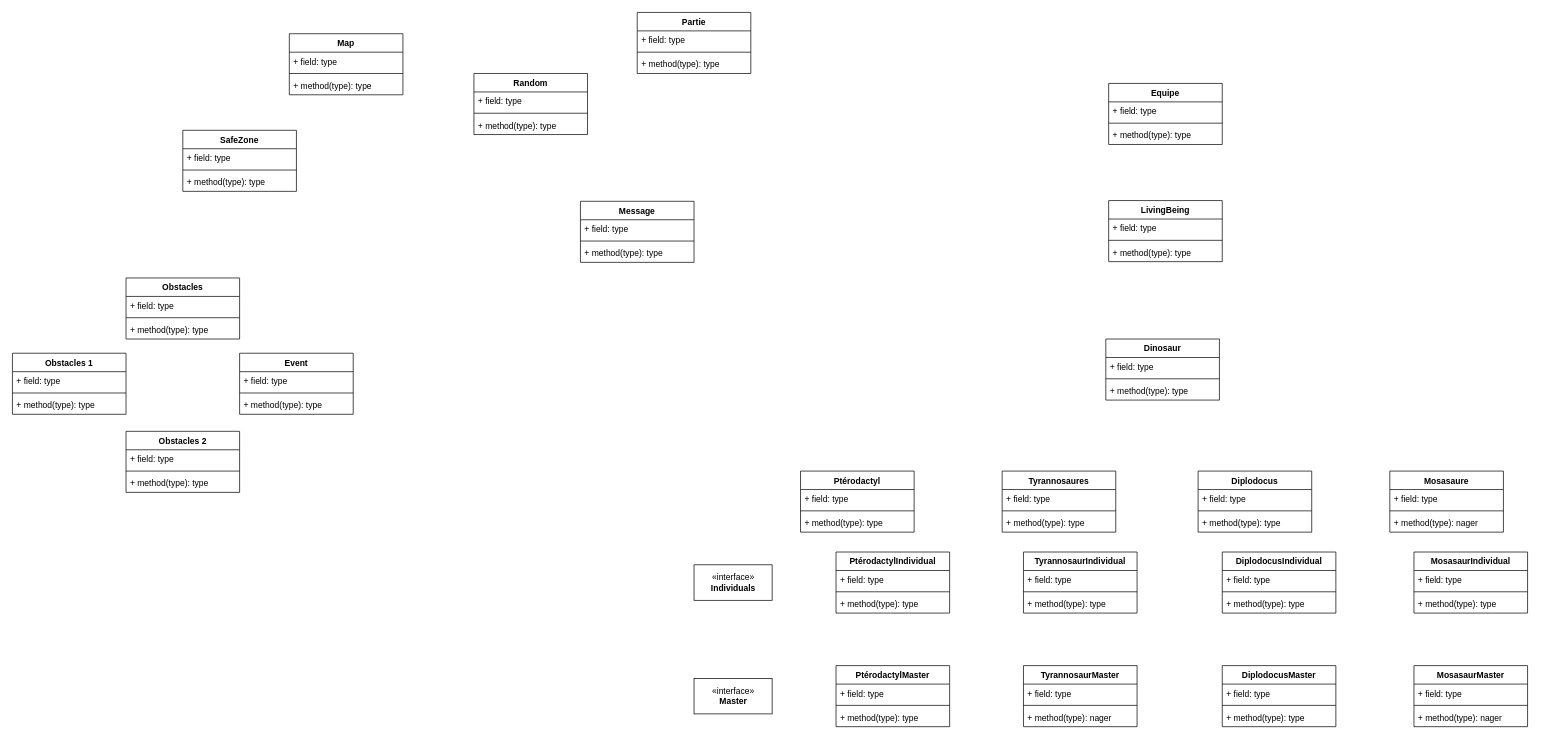
This is Structure/UML-Diagram.drawio from 0xtter/Jurassic-Fight, a draw.io file, before an edit. Source tidied: cells renumbered, new cells numbered last; positions are measured from the earlier drawing's top-left corner, leaving out a move shared by most shapes. Both pictures are drawn from the tidied source at 71%, with x=0, y=0 at pixel (12, 12).
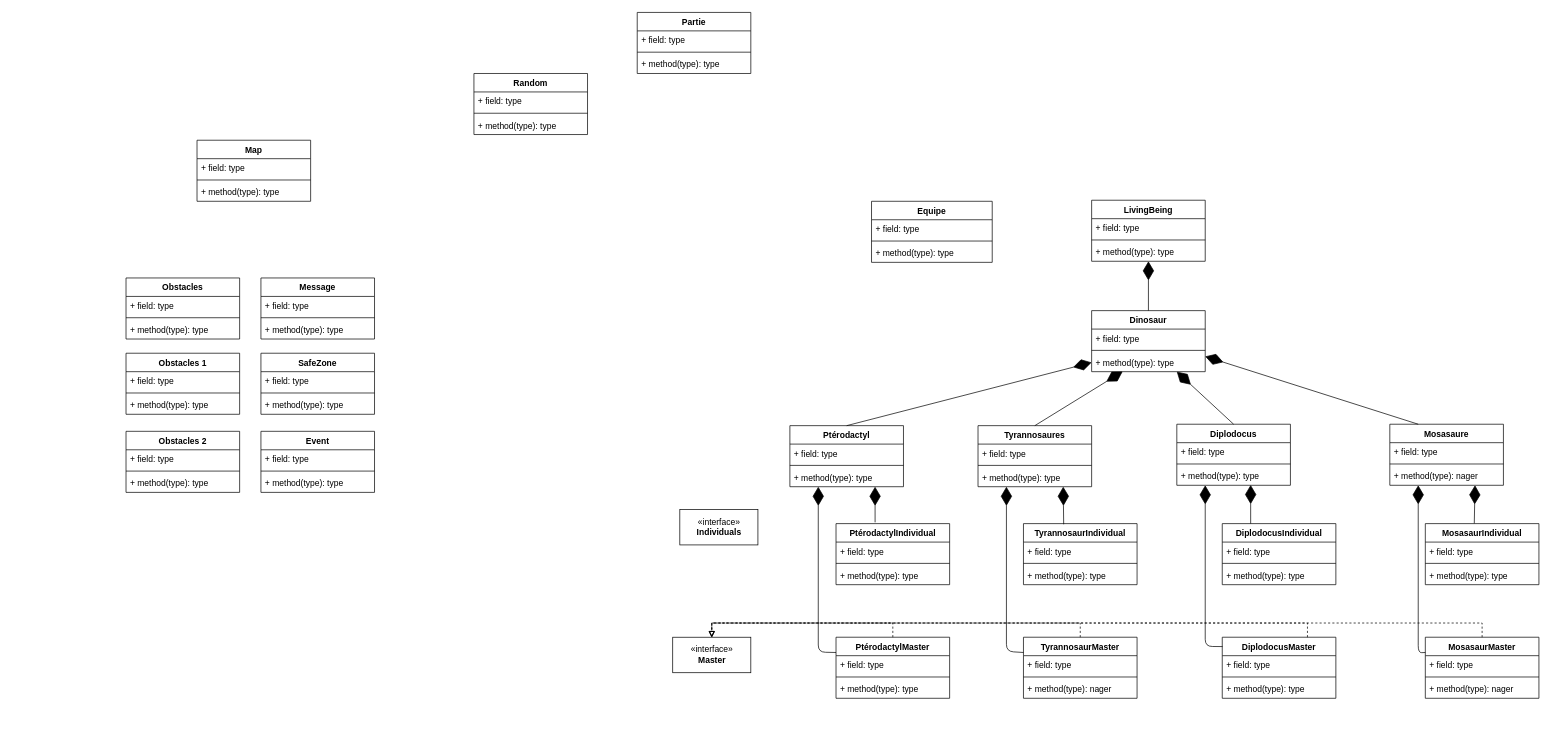
The same page after the edit.

The change refers to these unchanged cells:
```xml
<mxCell id="9" value="+ method(type): type" style="text;strokeColor=none;fillColor=none;align=left;verticalAlign=top;spacingLeft=4;spacingRight=4;overflow=hidden;points=[[0,0.5],[1,0.5]];portConstraint=eastwest;" parent="6" vertex="1">
  <mxGeometry y="60" width="160" height="26" as="geometry" />
</mxCell>
<mxCell id="21" value="+ method(type): type" style="text;strokeColor=none;fillColor=none;align=left;verticalAlign=top;spacingLeft=4;spacingRight=4;overflow=hidden;points=[[0,0.5],[1,0.5]];portConstraint=eastwest;" parent="18" vertex="1">
  <mxGeometry y="60" width="160" height="26" as="geometry" />
</mxCell>
```

Diff of the diagram source:
```diff
@@
     <mxCell id="2" value="LivingBeing" style="swimlane;fontStyle=1;align=center;verticalAlign=top;horizontal=1;startSize=26;" parent="1" vertex="1">
-      <mxGeometry x="1544" y="265" width="160" height="86" as="geometry" />
+      <mxGeometry x="1520" y="264.5" width="160" height="86" as="geometry" />
     </mxCell>
@@
     <mxCell id="6" value="Dinosaur" style="swimlane;fontStyle=1;align=center;verticalAlign=top;horizontal=1;startSize=26;" parent="1" vertex="1">
-      <mxGeometry x="1540" y="460" width="160" height="86" as="geometry" />
+      <mxGeometry x="1520" y="420" width="160" height="86" as="geometry" />
     </mxCell>
@@
     <mxCell id="10" value="Ptérodactyl" style="swimlane;fontStyle=1;align=center;verticalAlign=top;horizontal=1;startSize=26;" parent="1" vertex="1">
-      <mxGeometry x="1110" y="646" width="160" height="86" as="geometry" />
+      <mxGeometry x="1095" y="582" width="160" height="86" as="geometry" />
     </mxCell>
@@
     <mxCell id="14" value="Tyrannosaures" style="swimlane;fontStyle=1;align=center;verticalAlign=top;horizontal=1;startSize=26;" parent="1" vertex="1">
-      <mxGeometry x="1394" y="646" width="160" height="86" as="geometry" />
+      <mxGeometry x="1360" y="582" width="160" height="86" as="geometry" />
     </mxCell>
@@
     <mxCell id="18" value="Diplodocus" style="swimlane;fontStyle=1;align=center;verticalAlign=top;horizontal=1;startSize=26;" parent="1" vertex="1">
-      <mxGeometry x="1670" y="646" width="160" height="86" as="geometry" />
+      <mxGeometry x="1640" y="580" width="160" height="86" as="geometry" />
     </mxCell>
@@
     <mxCell id="22" value="Mosasaure" style="swimlane;fontStyle=1;align=center;verticalAlign=top;horizontal=1;startSize=26;" parent="1" vertex="1">
-      <mxGeometry x="1940" y="646" width="160" height="86" as="geometry" />
+      <mxGeometry x="1940" y="580" width="160" height="86" as="geometry" />
     </mxCell>
@@
     <mxCell id="26" value="Map" style="swimlane;fontStyle=1;align=center;verticalAlign=top;horizontal=1;startSize=26;" parent="1" vertex="1">
-      <mxGeometry x="390" y="30" width="160" height="86" as="geometry" />
+      <mxGeometry x="260" y="180" width="160" height="86" as="geometry" />
     </mxCell>
@@
     <mxCell id="30" value="Equipe" style="swimlane;fontStyle=1;align=center;verticalAlign=top;horizontal=1;startSize=26;" parent="1" vertex="1">
-      <mxGeometry x="1544" y="100" width="160" height="86" as="geometry" />
+      <mxGeometry x="1210" y="266" width="170" height="86" as="geometry" />
     </mxCell>
     <mxCell id="31" value="+ field: type" style="text;strokeColor=none;fillColor=none;align=left;verticalAlign=top;spacingLeft=4;spacingRight=4;overflow=hidden;" parent="30" vertex="1">
-      <mxGeometry y="26" width="160" height="26" as="geometry" />
+      <mxGeometry y="26" width="170" height="26" as="geometry" />
     </mxCell>
     <mxCell id="32" style="line;strokeWidth=1;fillColor=none;align=left;verticalAlign=middle;spacingTop=-1;spacingLeft=3;spacingRight=3;labelPosition=right;" parent="30" vertex="1">
-      <mxGeometry y="52" width="160" height="8" as="geometry" />
+      <mxGeometry y="52" width="170" height="8" as="geometry" />
     </mxCell>
     <mxCell id="33" value="+ method(type): type" style="text;strokeColor=none;fillColor=none;align=left;verticalAlign=top;spacingLeft=4;spacingRight=4;overflow=hidden;" parent="30" vertex="1">
-      <mxGeometry y="60" width="160" height="26" as="geometry" />
+      <mxGeometry y="60" width="170" height="26" as="geometry" />
     </mxCell>
@@
     <mxCell id="46" value="Obstacles 1" style="swimlane;fontStyle=1;align=center;verticalAlign=top;horizontal=1;startSize=26;" parent="1" vertex="1">
-      <mxGeometry y="480" width="160" height="86" as="geometry" />
+      <mxGeometry x="160" y="480" width="160" height="86" as="geometry" />
     </mxCell>
@@
     <mxCell id="54" value="«interface»&lt;br&gt;&lt;b&gt;Individuals&lt;/b&gt;" style="html=1;" parent="1" vertex="1">
-      <mxGeometry x="960" y="778" width="110" height="50" as="geometry" />
+      <mxGeometry x="940" y="700" width="110" height="50" as="geometry" />
     </mxCell>
     <mxCell id="55" value="«interface»&lt;br&gt;&lt;b&gt;Master&lt;/b&gt;" style="html=1;" parent="1" vertex="1">
-      <mxGeometry x="960" y="938" width="110" height="50" as="geometry" />
+      <mxGeometry x="930" y="880" width="110" height="50" as="geometry" />
     </mxCell>
     <mxCell id="56" value="Event&#10;" style="swimlane;fontStyle=1;align=center;verticalAlign=top;horizontal=1;startSize=26;" parent="1" vertex="1">
-      <mxGeometry x="320" y="480" width="160" height="86" as="geometry" />
+      <mxGeometry x="350" y="590" width="160" height="86" as="geometry" />
     </mxCell>
@@
     <mxCell id="60" value="Message" style="swimlane;fontStyle=1;align=center;verticalAlign=top;horizontal=1;startSize=26;" parent="1" vertex="1">
-      <mxGeometry x="800" y="266" width="160" height="86" as="geometry" />
+      <mxGeometry x="350" y="374" width="160" height="86" as="geometry" />
     </mxCell>
@@
     <mxCell id="64" value="PtérodactylIndividual" style="swimlane;fontStyle=1;align=center;verticalAlign=top;horizontal=1;startSize=26;" parent="1" vertex="1">
-      <mxGeometry x="1160" y="760" width="160" height="86" as="geometry" />
+      <mxGeometry x="1160" y="720" width="160" height="86" as="geometry" />
     </mxCell>
@@
     <mxCell id="68" value="PtérodactylMaster" style="swimlane;fontStyle=1;align=center;verticalAlign=top;horizontal=1;startSize=26;" parent="1" vertex="1">
-      <mxGeometry x="1160" y="920" width="160" height="86" as="geometry" />
+      <mxGeometry x="1160" y="880" width="160" height="86" as="geometry" />
     </mxCell>
@@
     <mxCell id="72" value="TyrannosaurIndividual" style="swimlane;fontStyle=1;align=center;verticalAlign=top;horizontal=1;startSize=26;" parent="1" vertex="1">
-      <mxGeometry x="1424" y="760" width="160" height="86" as="geometry" />
+      <mxGeometry x="1424" y="720" width="160" height="86" as="geometry" />
     </mxCell>
@@
     <mxCell id="76" value="TyrannosaurMaster" style="swimlane;fontStyle=1;align=center;verticalAlign=top;horizontal=1;startSize=26;" parent="1" vertex="1">
-      <mxGeometry x="1424" y="920" width="160" height="86" as="geometry" />
+      <mxGeometry x="1424" y="880" width="160" height="86" as="geometry" />
     </mxCell>
@@
     <mxCell id="80" value="SafeZone" style="swimlane;fontStyle=1;align=center;verticalAlign=top;horizontal=1;startSize=26;" parent="1" vertex="1">
-      <mxGeometry x="240" y="166" width="160" height="86" as="geometry" />
+      <mxGeometry x="350" y="480" width="160" height="86" as="geometry" />
     </mxCell>
@@
     <mxCell id="84" value="DiplodocusIndividual" style="swimlane;fontStyle=1;align=center;verticalAlign=top;horizontal=1;startSize=26;" parent="1" vertex="1">
-      <mxGeometry x="1704" y="760" width="160" height="86" as="geometry" />
+      <mxGeometry x="1704" y="720" width="160" height="86" as="geometry" />
     </mxCell>
@@
     <mxCell id="88" value="DiplodocusMaster" style="swimlane;fontStyle=1;align=center;verticalAlign=top;horizontal=1;startSize=26;" parent="1" vertex="1">
-      <mxGeometry x="1704" y="920" width="160" height="86" as="geometry" />
+      <mxGeometry x="1704" y="880" width="160" height="86" as="geometry" />
     </mxCell>
@@
     <mxCell id="92" value="MosasaurIndividual" style="swimlane;fontStyle=1;align=center;verticalAlign=top;horizontal=1;startSize=26;" parent="1" vertex="1">
-      <mxGeometry x="1974" y="760" width="160" height="86" as="geometry" />
+      <mxGeometry x="1990" y="720" width="160" height="86" as="geometry" />
     </mxCell>
@@
     <mxCell id="96" value="MosasaurMaster" style="swimlane;fontStyle=1;align=center;verticalAlign=top;horizontal=1;startSize=26;" parent="1" vertex="1">
-      <mxGeometry x="1974" y="920" width="160" height="86" as="geometry" />
+      <mxGeometry x="1990" y="880" width="160" height="86" as="geometry" />
     </mxCell>
@@
+    <mxCell id="100" style="endArrow=diamondThin;endFill=1;endSize=24;html=1;exitX=0.5;exitY=0;exitDx=0;exitDy=0;entryX=0.5;entryY=1;entryDx=0;entryDy=0;" parent="1" edge="1" source="6" target="2">
+      <mxGeometry relative="1" as="geometry" />
+    </mxCell>
+    <mxCell id="101" style="endArrow=diamondThin;endFill=1;endSize=24;html=1;exitX=0.5;exitY=0;exitDx=0;exitDy=0;entryX=0.273;entryY=0.992;entryDx=0;entryDy=0;entryPerimeter=0;" parent="1" edge="1" source="14" target="9">
+      <mxGeometry relative="1" as="geometry" />
+    </mxCell>
+    <mxCell id="102" style="endArrow=diamondThin;endFill=1;endSize=24;html=1;entryX=0;entryY=0.5;entryDx=0;entryDy=0;exitX=0.5;exitY=0;exitDx=0;exitDy=0;" parent="1" edge="1" source="10" target="9">
+      <mxGeometry relative="1" as="geometry" />
+    </mxCell>
+    <mxCell id="103" style="endArrow=diamondThin;endFill=1;endSize=24;html=1;entryX=0.75;entryY=1;entryDx=0;entryDy=0;exitX=0.5;exitY=0;exitDx=0;exitDy=0;" parent="1" edge="1" source="18" target="6">
+      <mxGeometry relative="1" as="geometry" />
+    </mxCell>
+    <mxCell id="104" style="endArrow=diamondThin;endFill=1;endSize=24;html=1;entryX=1;entryY=0.75;entryDx=0;entryDy=0;exitX=0.25;exitY=0;exitDx=0;exitDy=0;" parent="1" edge="1" source="22" target="6">
+      <mxGeometry relative="1" as="geometry" />
+    </mxCell>
+    <mxCell id="105" style="endArrow=diamondThin;endFill=1;endSize=24;html=1;exitX=0.344;exitY=-0.021;exitDx=0;exitDy=0;entryX=0.75;entryY=1;entryDx=0;entryDy=0;exitPerimeter=0;" parent="1" edge="1" source="64" target="10">
+      <mxGeometry relative="1" as="geometry" />
+    </mxCell>
+    <mxCell id="106" style="endArrow=diamondThin;endFill=1;endSize=24;html=1;exitX=0.354;exitY=0.011;exitDx=0;exitDy=0;entryX=0.75;entryY=1;entryDx=0;entryDy=0;exitPerimeter=0;" parent="1" edge="1" source="72" target="14">
+      <mxGeometry relative="1" as="geometry" />
+    </mxCell>
+    <mxCell id="107" style="endArrow=diamondThin;endFill=1;endSize=24;html=1;exitX=0;exitY=0.25;exitDx=0;exitDy=0;entryX=0.25;entryY=1;entryDx=0;entryDy=0;" parent="1" edge="1" source="68" target="10">
+      <mxGeometry relative="1" as="geometry">
+        <Array as="points">
+          <mxPoint x="1135" y="901" />
+        </Array>
+      </mxGeometry>
+    </mxCell>
+    <mxCell id="108" style="endArrow=diamondThin;endFill=1;endSize=24;html=1;entryX=0.25;entryY=1;entryDx=0;entryDy=0;exitX=0;exitY=0.25;exitDx=0;exitDy=0;" parent="1" edge="1" source="76" target="14">
+      <mxGeometry relative="1" as="geometry">
+        <Array as="points">
+          <mxPoint x="1400" y="900" />
+        </Array>
+      </mxGeometry>
+    </mxCell>
+    <mxCell id="109" style="endArrow=diamondThin;endFill=1;endSize=24;html=1;exitX=0.003;exitY=0.153;exitDx=0;exitDy=0;entryX=0.25;entryY=1;entryDx=0;entryDy=0;exitPerimeter=0;" parent="1" edge="1" source="88" target="18">
+      <mxGeometry relative="1" as="geometry">
+        <Array as="points">
+          <mxPoint x="1680" y="893" />
+        </Array>
+      </mxGeometry>
+    </mxCell>
+    <mxCell id="110" style="endArrow=diamondThin;endFill=1;endSize=24;html=1;exitX=0.25;exitY=0;exitDx=0;exitDy=0;entryX=0.65;entryY=0.982;entryDx=0;entryDy=0;entryPerimeter=0;" parent="1" edge="1" source="84" target="21">
+      <mxGeometry relative="1" as="geometry" />
+    </mxCell>
+    <mxCell id="111" style="endArrow=diamondThin;endFill=1;endSize=24;html=1;entryX=0.25;entryY=1;entryDx=0;entryDy=0;exitX=0;exitY=0.25;exitDx=0;exitDy=0;" parent="1" edge="1" source="96" target="22">
+      <mxGeometry relative="1" as="geometry">
+        <Array as="points">
+          <mxPoint x="1980" y="902" />
+        </Array>
+      </mxGeometry>
+    </mxCell>
+    <mxCell id="112" style="endArrow=diamondThin;endFill=1;endSize=24;html=1;exitX=0.431;exitY=-0.004;exitDx=0;exitDy=0;entryX=0.75;entryY=1;entryDx=0;entryDy=0;exitPerimeter=0;" parent="1" edge="1" source="92" target="22">
+      <mxGeometry relative="1" as="geometry" />
+    </mxCell>
+    <mxCell id="113" style="endArrow=block;html=1;entryX=0.5;entryY=0;entryDx=0;entryDy=0;exitX=0.5;exitY=0;exitDx=0;exitDy=0;rounded=0;dashed=1;endFill=0;" parent="1" edge="1" source="68" target="55">
+      <mxGeometry relative="1" as="geometry">
+        <Array as="points">
+          <mxPoint x="1240" y="860" />
+          <mxPoint x="985" y="860" />
+        </Array>
+      </mxGeometry>
+    </mxCell>
+    <mxCell id="114" style="endArrow=block;html=1;entryX=0.5;entryY=0;entryDx=0;entryDy=0;exitX=0.5;exitY=0;exitDx=0;exitDy=0;rounded=0;dashed=1;endFill=0;" parent="1" edge="1" source="76" target="55">
+      <mxGeometry relative="1" as="geometry">
+        <Array as="points">
+          <mxPoint x="1504" y="860" />
+          <mxPoint x="985" y="860" />
+        </Array>
+      </mxGeometry>
+    </mxCell>
+    <mxCell id="115" style="endArrow=block;html=1;entryX=0.5;entryY=0;entryDx=0;entryDy=0;exitX=0.75;exitY=0;exitDx=0;exitDy=0;rounded=0;dashed=1;endFill=0;" parent="1" edge="1" source="88" target="55">
+      <mxGeometry relative="1" as="geometry">
+        <Array as="points">
+          <mxPoint x="1824" y="860" />
+          <mxPoint x="985" y="860" />
+        </Array>
+      </mxGeometry>
+    </mxCell>
+    <mxCell id="116" style="endArrow=block;html=1;entryX=0.5;entryY=0;entryDx=0;entryDy=0;exitX=0.5;exitY=0;exitDx=0;exitDy=0;rounded=0;dashed=1;endFill=0;" parent="1" edge="1" source="96" target="55">
+      <mxGeometry relative="1" as="geometry">
+        <Array as="points">
+          <mxPoint x="2070" y="860" />
+          <mxPoint x="985" y="860" />
+        </Array>
+      </mxGeometry>
+    </mxCell>
```
